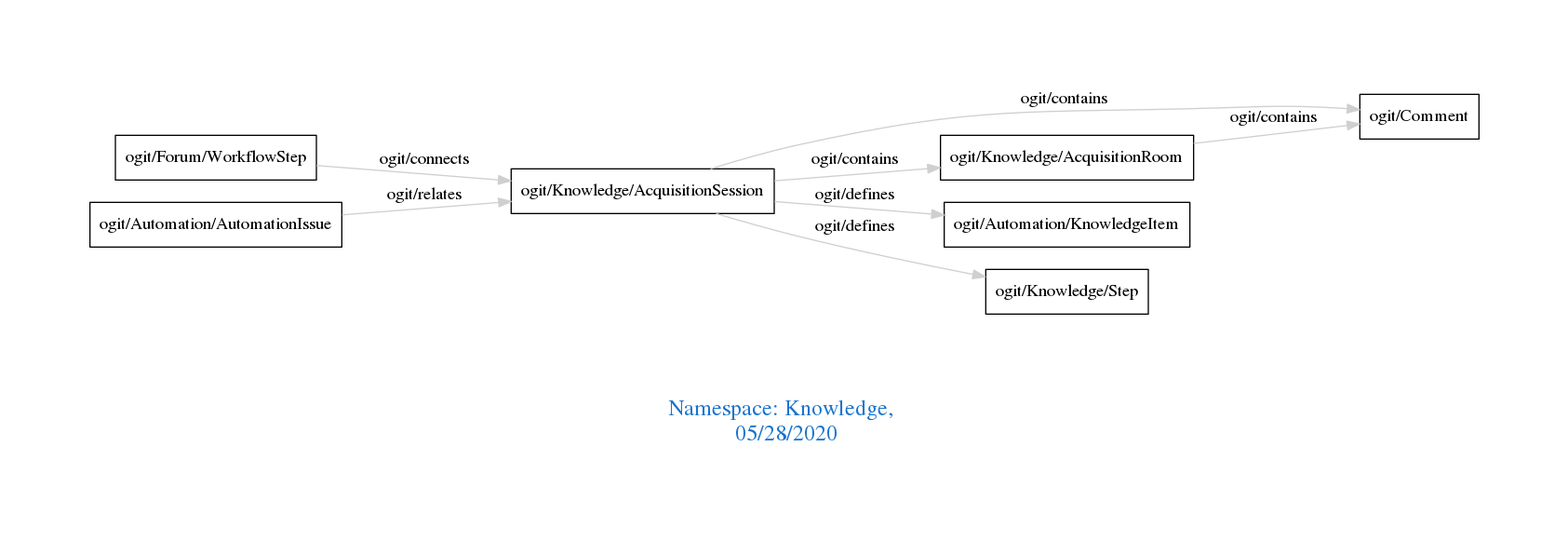
Earlier version of the Graphviz export downloads/Knowledge.png (arago/OGIT). Its source is kept beside it as downloads/Knowledge.dot.
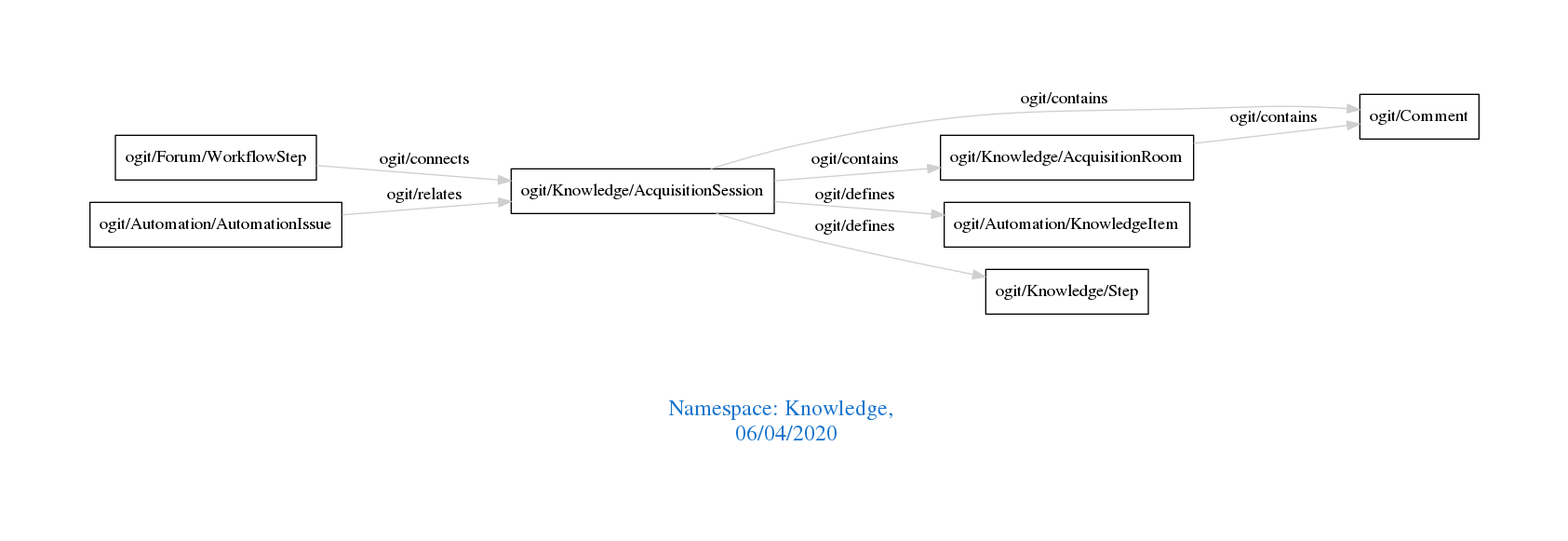
After the change.

Diff of the diagram source:
```diff
@@ -1,7 +1,7 @@
 digraph OGIT_ontology {
  graph [ rankdir= LR,pad=1
 fontsize = 18,
-fontcolor= dodgerblue3,label = "\n\n\nNamespace: Knowledge, \n 05/28/2020"];
+fontcolor= dodgerblue3,label = "\n\n\nNamespace: Knowledge, \n 06/04/2020"];
 node[shape=polygon];
 edge [  color="gray81"];
 
```
